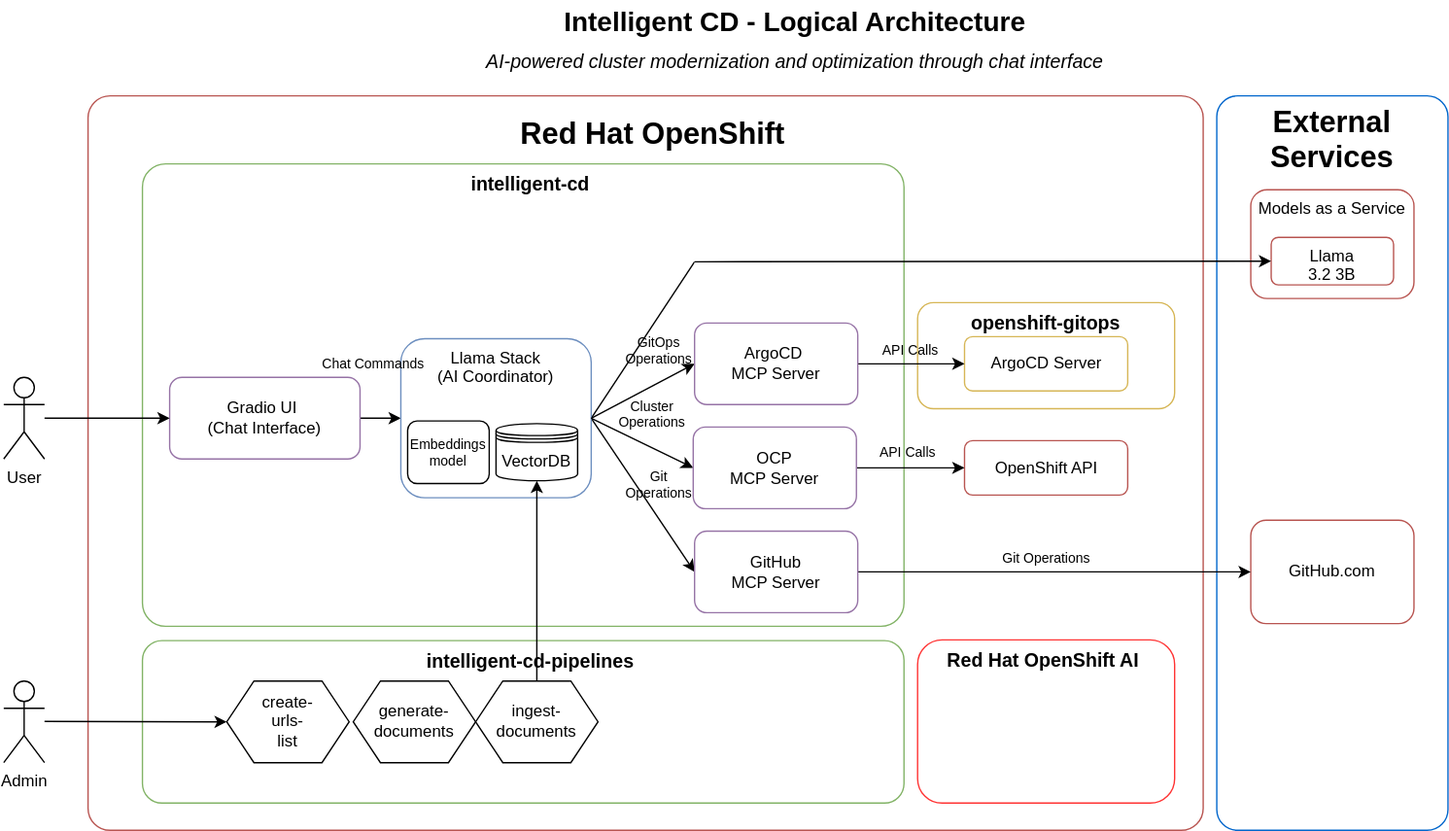
This is docs/images/architecture.svg from alvarolop/intelligent-cd, a draw.io export, as it was before one commit. Source tidied: cells renumbered, new cells last; positions are measured from the earlier drawing's top-left corner, leaving out a move shared by most shapes.
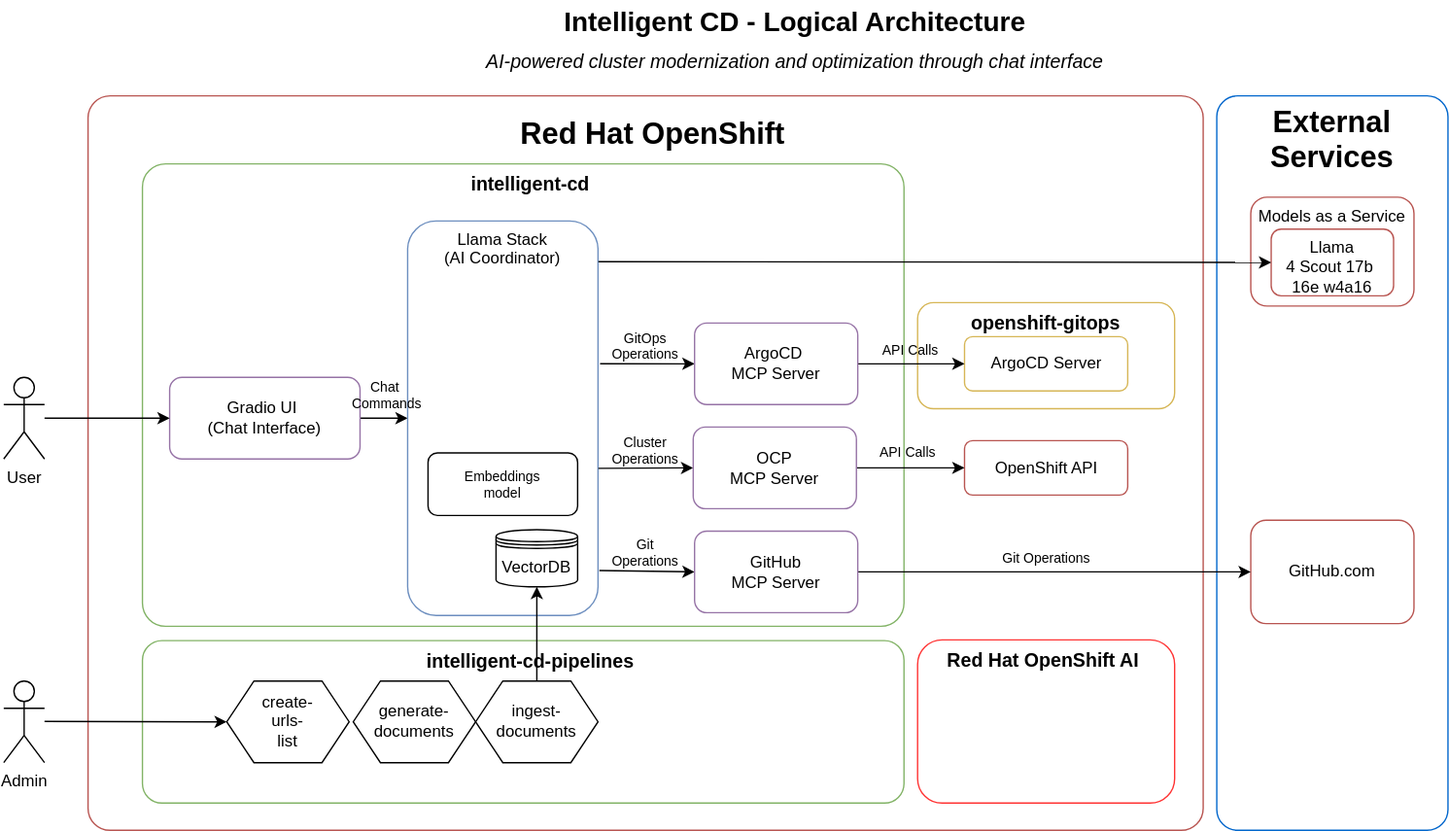
Later version of the same file.

The edit, as a diff of the source:
```diff
@@ -20,14 +20,11 @@
     <mxCell id="7" value="Gradio UI&amp;nbsp;&lt;div&gt;(Chat Interface)&lt;/div&gt;" style="rounded=1;whiteSpace=wrap;html=1;fillColor=#ffffff;strokeColor=#9673a6;fontSize=12;" parent="1" vertex="1">
       <mxGeometry x="122" y="277" width="140" height="60" as="geometry" />
     </mxCell>
-    <mxCell id="8" style="html=1;exitX=1;exitY=0.5;exitDx=0;exitDy=0;entryX=0;entryY=0.5;entryDx=0;entryDy=0;endArrow=none;endFill=0;" parent="1" edge="1" source="10" target="26">
-      <mxGeometry relative="1" as="geometry" />
-    </mxCell>
-    <mxCell id="9" style="edgeStyle=none;html=1;exitX=1;exitY=0.5;exitDx=0;exitDy=0;entryX=0;entryY=0.5;entryDx=0;entryDy=0;" parent="1" edge="1" source="10" target="30">
+    <mxCell id="9" style="edgeStyle=none;html=1;exitX=1.007;exitY=0.886;exitDx=0;exitDy=0;entryX=0;entryY=0.5;entryDx=0;entryDy=0;exitPerimeter=0;" parent="1" edge="1" source="10" target="30">
       <mxGeometry relative="1" as="geometry" />
     </mxCell>
     <mxCell id="10" value="Llama Stack&#10;(AI Coordinator)" style="rounded=1;whiteSpace=wrap;html=1;fillColor=none;strokeColor=#6c8ebf;fontSize=12;verticalAlign=top;" parent="1" vertex="1">
-      <mxGeometry x="292" y="248.5" width="140" height="117" as="geometry" />
+      <mxGeometry x="297" y="162" width="140" height="290" as="geometry" />
     </mxCell>
     <mxCell id="11" value="ArgoCD Server" style="rounded=1;whiteSpace=wrap;html=1;fillColor=#ffffff;strokeColor=#d6b656;fontSize=12;" parent="1" vertex="1">
       <mxGeometry x="706.5" y="247" width="120" height="40" as="geometry" />
@@ -38,7 +35,7 @@
     <mxCell id="13" value="OpenShift API" style="rounded=1;whiteSpace=wrap;html=1;fillColor=#ffffff;strokeColor=#b85450;fontSize=12;" parent="1" vertex="1">
       <mxGeometry x="706.5" y="323.5" width="120" height="40" as="geometry" />
     </mxCell>
-    <mxCell id="14" style="endArrow=classic;html=1;rounded=0;exitX=1;exitY=0.5;exitDx=0;exitDy=0;entryX=0;entryY=0.5;entryDx=0;entryDy=0;" parent="1" edge="1" source="10" target="25">
+    <mxCell id="14" style="endArrow=classic;html=1;rounded=0;exitX=1.011;exitY=0.362;exitDx=0;exitDy=0;entryX=0;entryY=0.5;entryDx=0;entryDy=0;exitPerimeter=0;" parent="1" edge="1" source="10" target="25">
       <mxGeometry relative="1" as="geometry" />
     </mxCell>
     <mxCell id="15" style="endArrow=classic;html=1;rounded=0;exitX=1;exitY=0.5;exitDx=0;exitDy=0;entryX=0;entryY=0.5;entryDx=0;entryDy=0;" parent="1" edge="1" source="30" target="12">
@@ -47,14 +44,14 @@
     <mxCell id="16" style="endArrow=classic;html=1;rounded=0;exitX=1;exitY=0.5;exitDx=0;exitDy=0;entryX=0;entryY=0.5;entryDx=0;entryDy=0;" parent="1" edge="1" source="33" target="13">
       <mxGeometry relative="1" as="geometry" />
     </mxCell>
-    <mxCell id="17" value="Chat Commands" style="text;html=1;strokeColor=none;fillColor=none;align=center;verticalAlign=middle;whiteSpace=wrap;rounded=0;fontSize=10;" parent="1" vertex="1">
-      <mxGeometry x="232" y="257" width="80" height="20" as="geometry" />
+    <mxCell id="17" value="Chat&amp;nbsp;&lt;div&gt;Commands&lt;/div&gt;" style="text;html=1;strokeColor=none;fillColor=none;align=center;verticalAlign=middle;whiteSpace=wrap;rounded=0;fontSize=10;" parent="1" vertex="1">
+      <mxGeometry x="242" y="280" width="80" height="20" as="geometry" />
     </mxCell>
     <mxCell id="18" value="Cluster Operations" style="text;html=1;strokeColor=none;fillColor=none;align=center;verticalAlign=middle;whiteSpace=wrap;rounded=0;fontSize=10;" parent="1" vertex="1">
-      <mxGeometry x="437" y="293.5" width="80" height="20" as="geometry" />
+      <mxGeometry x="432" y="321" width="80" height="20" as="geometry" />
     </mxCell>
     <mxCell id="19" value="GitOps Operations" style="text;html=1;strokeColor=none;fillColor=none;align=center;verticalAlign=middle;whiteSpace=wrap;rounded=0;fontSize=10;" parent="1" vertex="1">
-      <mxGeometry x="442" y="247" width="80" height="20" as="geometry" />
+      <mxGeometry x="432" y="244" width="80" height="20" as="geometry" />
     </mxCell>
     <mxCell id="20" value="Git Operations" style="text;html=1;strokeColor=none;fillColor=none;align=center;verticalAlign=middle;whiteSpace=wrap;rounded=0;fontSize=10;" parent="1" vertex="1">
       <mxGeometry x="726.5" y="400" width="80" height="20" as="geometry" />
@@ -74,9 +71,6 @@
     <mxCell id="25" value="&lt;span style=&quot;color: rgb(0, 0, 0);&quot;&gt;ArgoCD&amp;nbsp;&lt;/span&gt;&lt;div&gt;&lt;span style=&quot;color: rgb(0, 0, 0);&quot;&gt;MCP Server&lt;/span&gt;&lt;/div&gt;" style="rounded=1;whiteSpace=wrap;html=1;fillColor=#ffffff;strokeColor=#9673a6;fontSize=12;" parent="1" vertex="1">
       <mxGeometry x="508" y="237" width="120" height="60" as="geometry" />
     </mxCell>
-    <mxCell id="26" style="rounded=1;whiteSpace=wrap;html=1;fillColor=#ffffff;strokeColor=none;fontSize=12;" parent="1" vertex="1">
-      <mxGeometry x="508" y="162" width="120" height="60" as="geometry" />
-    </mxCell>
     <mxCell id="27" value="API Calls" style="text;html=1;strokeColor=none;fillColor=none;align=center;verticalAlign=middle;whiteSpace=wrap;rounded=0;fontSize=10;" parent="1" vertex="1">
       <mxGeometry x="626.5" y="247" width="80" height="20" as="geometry" />
     </mxCell>
@@ -90,21 +84,21 @@
       <mxGeometry x="508" y="390" width="120" height="60" as="geometry" />
     </mxCell>
     <mxCell id="31" value="VectorDB" style="shape=datastore;whiteSpace=wrap;html=1;" parent="1" vertex="1">
-      <mxGeometry x="362" y="311" width="60" height="42" as="geometry" />
+      <mxGeometry x="362" y="389" width="60" height="42" as="geometry" />
     </mxCell>
-    <mxCell id="32" style="edgeStyle=none;html=1;exitX=1;exitY=0.5;exitDx=0;exitDy=0;entryX=0;entryY=0.5;entryDx=0;entryDy=0;" parent="1" edge="1" source="10" target="33">
+    <mxCell id="32" style="edgeStyle=none;html=1;exitX=1.002;exitY=0.627;exitDx=0;exitDy=0;entryX=0;entryY=0.5;entryDx=0;entryDy=0;exitPerimeter=0;" parent="1" edge="1" source="10" target="33">
       <mxGeometry relative="1" as="geometry" />
     </mxCell>
     <mxCell id="33" value="&lt;div&gt;&lt;span style=&quot;color: rgb(0, 0, 0);&quot;&gt;OCP&lt;/span&gt;&lt;/div&gt;&lt;div&gt;&lt;span style=&quot;color: rgb(0, 0, 0);&quot;&gt;MCP Server&lt;/span&gt;&lt;/div&gt;" style="rounded=1;whiteSpace=wrap;html=1;fillColor=#ffffff;strokeColor=#9673a6;fontSize=12;" parent="1" vertex="1">
       <mxGeometry x="507" y="313.5" width="120" height="60" as="geometry" />
     </mxCell>
     <mxCell id="34" value="&lt;div style=&quot;&quot;&gt;&lt;span style=&quot;background-color: transparent;&quot;&gt;Models as a Service&lt;/span&gt;&lt;/div&gt;" style="rounded=1;whiteSpace=wrap;html=1;fillColor=#ffffff;strokeColor=#b85450;fontSize=12;align=center;verticalAlign=top;" parent="1" vertex="1">
-      <mxGeometry x="917" y="139" width="120" height="80" as="geometry" />
+      <mxGeometry x="917" y="144.5" width="120" height="80" as="geometry" />
     </mxCell>
-    <mxCell id="35" value="&lt;div style=&quot;&quot;&gt;&lt;span style=&quot;background-color: transparent;&quot;&gt;Llama&lt;/span&gt;&lt;/div&gt;&lt;div style=&quot;&quot;&gt;&lt;span style=&quot;background-color: transparent;&quot;&gt;3.2 3B&lt;/span&gt;&lt;/div&gt;" style="rounded=1;whiteSpace=wrap;html=1;fillColor=#ffffff;strokeColor=#b85450;fontSize=12;align=center;verticalAlign=top;" parent="1" vertex="1">
-      <mxGeometry x="932" y="174" width="90" height="35" as="geometry" />
+    <mxCell id="35" value="&lt;div style=&quot;&quot;&gt;&lt;span style=&quot;background-color: transparent;&quot;&gt;Llama&lt;/span&gt;&lt;/div&gt;&lt;div style=&quot;&quot;&gt;&lt;span style=&quot;background-color: transparent;&quot;&gt;4 Scout 17b&amp;nbsp;&lt;/span&gt;&lt;/div&gt;&lt;div style=&quot;&quot;&gt;&lt;span style=&quot;background-color: transparent;&quot;&gt;16e w4a16&lt;/span&gt;&lt;/div&gt;" style="rounded=1;whiteSpace=wrap;html=1;fillColor=#ffffff;strokeColor=#b85450;fontSize=12;align=center;verticalAlign=top;" parent="1" vertex="1">
+      <mxGeometry x="932" y="168" width="90" height="49" as="geometry" />
     </mxCell>
-    <mxCell id="36" style="endArrow=classic;html=1;rounded=0;exitX=0;exitY=0.5;exitDx=0;exitDy=0;" parent="1" edge="1" source="26" target="35">
+    <mxCell id="36" style="endArrow=classic;html=1;rounded=0;exitX=1.002;exitY=0.103;exitDx=0;exitDy=0;exitPerimeter=0;" parent="1" edge="1" source="10" target="35">
       <mxGeometry relative="1" as="geometry" />
     </mxCell>
     <mxCell id="37" value="Admin" style="shape=umlActor;verticalLabelPosition=bottom;verticalAlign=top;html=1;" parent="1" vertex="1">
@@ -134,10 +128,10 @@
       <mxGeometry x="347" y="500.2" width="90" height="60" as="geometry" />
     </mxCell>
     <mxCell id="45" value="&lt;div&gt;Embeddings&lt;/div&gt;&lt;div&gt;model&lt;/div&gt;" style="rounded=1;whiteSpace=wrap;html=1;fillColor=#ffffff;strokeColor=#000000;fontSize=10;align=center;verticalAlign=middle;" parent="1" vertex="1">
-      <mxGeometry x="297" y="309" width="60" height="46" as="geometry" />
+      <mxGeometry x="312" y="332.5" width="110" height="46" as="geometry" />
     </mxCell>
     <mxCell id="46" value="Git&lt;div&gt;Operations&lt;/div&gt;" style="text;html=1;strokeColor=none;fillColor=none;align=center;verticalAlign=middle;whiteSpace=wrap;rounded=0;fontSize=10;" parent="1" vertex="1">
-      <mxGeometry x="442" y="345.5" width="80" height="20" as="geometry" />
+      <mxGeometry x="432" y="396" width="80" height="20" as="geometry" />
     </mxCell>
   </root>
 </mxGraphModel>
```
